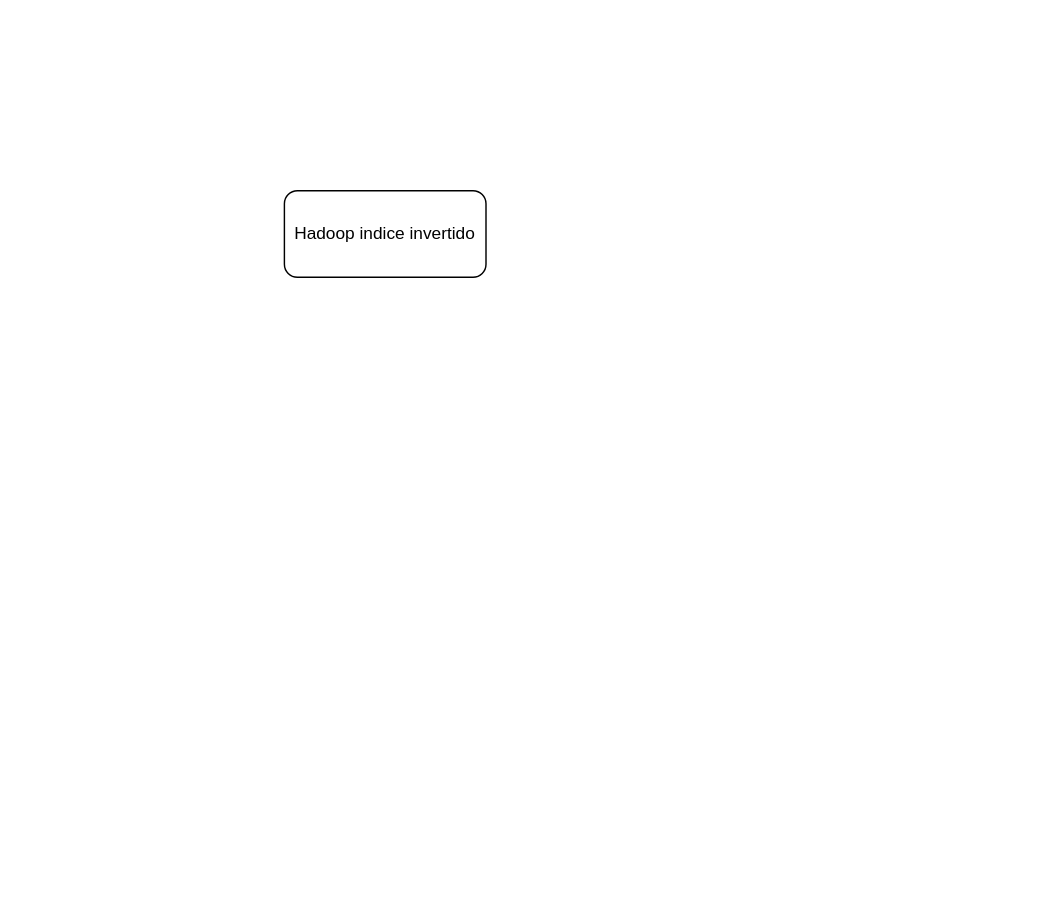
Above: Pipeline.drawio in Sebpost2-UCSP/Sem09-BigData (draw.io), before the change. Source tidied: cells renumbered, new cells numbered last; positions are measured from the earlier drawing's top-left corner, leaving out a move shared by most shapes. Both pictures are drawn from the tidied source at 144%, with x=0, y=0 at pixel (284, 190).
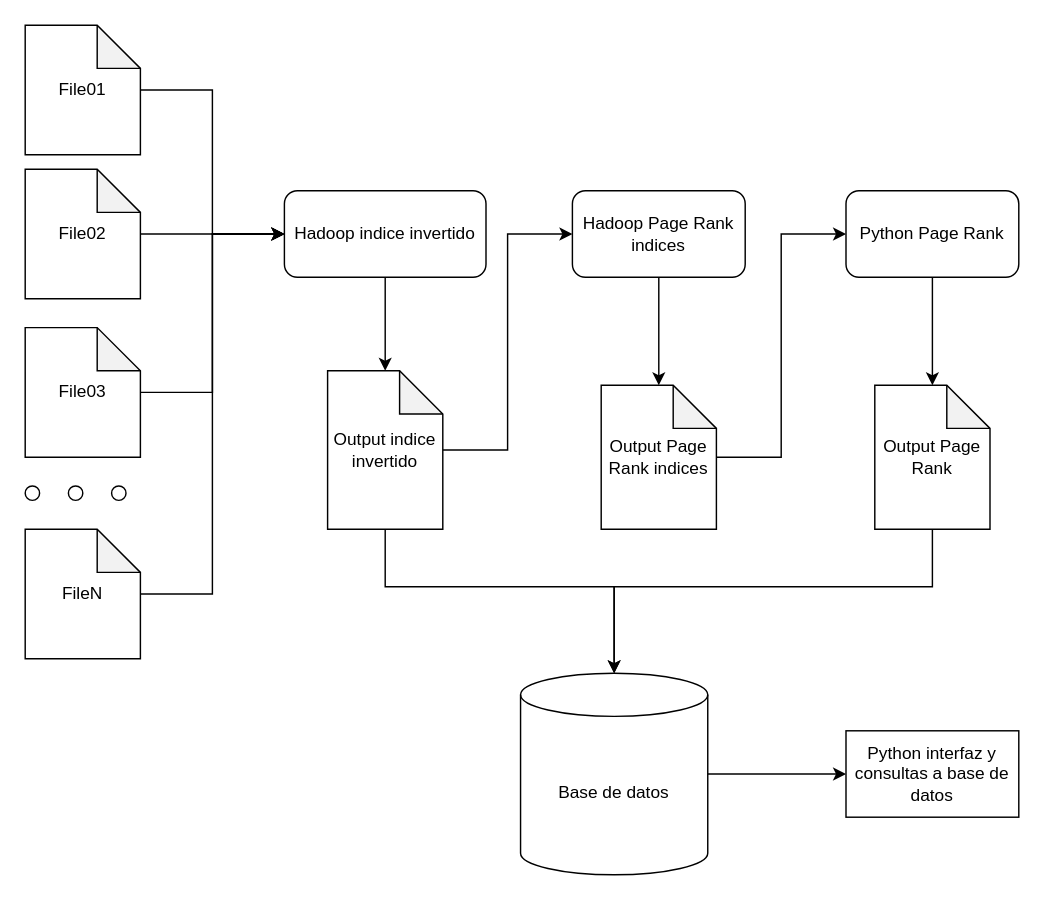
The same diagram, later.

Unchanged cells that the change refers to:
```xml
<mxCell id="2" value="Hadoop indice invertido" style="rounded=1;whiteSpace=wrap;html=1;" parent="1" vertex="1">
  <mxGeometry width="140" height="60" as="geometry" />
</mxCell>
```

Change to the diagram source:
```diff
@@
+    <mxCell id="3" style="edgeStyle=orthogonalEdgeStyle;rounded=0;jettySize=auto;html=1;entryX=0;entryY=0.5;entryDx=0;entryDy=0;" parent="1" edge="1" source="4" target="2">
+      <mxGeometry relative="1" as="geometry" />
+    </mxCell>
+    <mxCell id="4" value="File01" style="shape=note;whiteSpace=wrap;html=1;backgroundOutline=1;darkOpacity=0.05;" parent="1" vertex="1">
+      <mxGeometry x="-180" y="-115" width="80" height="90" as="geometry" />
+    </mxCell>
+    <mxCell id="5" style="edgeStyle=orthogonalEdgeStyle;rounded=0;jettySize=auto;html=1;" parent="1" edge="1" source="6" target="2">
+      <mxGeometry relative="1" as="geometry" />
+    </mxCell>
+    <mxCell id="6" value="File02" style="shape=note;whiteSpace=wrap;html=1;backgroundOutline=1;darkOpacity=0.05;" parent="1" vertex="1">
+      <mxGeometry x="-180" y="-15" width="80" height="90" as="geometry" />
+    </mxCell>
+    <mxCell id="7" style="edgeStyle=orthogonalEdgeStyle;rounded=0;jettySize=auto;html=1;entryX=0;entryY=0.5;entryDx=0;entryDy=0;" parent="1" edge="1" source="8" target="2">
+      <mxGeometry relative="1" as="geometry" />
+    </mxCell>
+    <mxCell id="8" value="FileN" style="shape=note;whiteSpace=wrap;html=1;backgroundOutline=1;darkOpacity=0.05;" parent="1" vertex="1">
+      <mxGeometry x="-180" y="235" width="80" height="90" as="geometry" />
+    </mxCell>
+    <mxCell id="9" style="ellipse;whiteSpace=wrap;html=1;" parent="1" vertex="1">
+      <mxGeometry x="-180" y="205" width="10" height="10" as="geometry" />
+    </mxCell>
+    <mxCell id="10" style="ellipse;whiteSpace=wrap;html=1;" parent="1" vertex="1">
+      <mxGeometry x="-150" y="205" width="10" height="10" as="geometry" />
+    </mxCell>
+    <mxCell id="11" style="ellipse;whiteSpace=wrap;html=1;" parent="1" vertex="1">
+      <mxGeometry x="-120" y="205" width="10" height="10" as="geometry" />
+    </mxCell>
+    <mxCell id="12" style="edgeStyle=orthogonalEdgeStyle;rounded=0;jettySize=auto;html=1;entryX=0;entryY=0.5;entryDx=0;entryDy=0;" parent="1" edge="1" source="14" target="17">
+      <mxGeometry relative="1" as="geometry" />
+    </mxCell>
+    <mxCell id="13" style="edgeStyle=orthogonalEdgeStyle;rounded=0;jettySize=auto;html=1;" parent="1" edge="1" source="14" target="25">
+      <mxGeometry relative="1" as="geometry">
+        <Array as="points">
+          <mxPoint x="70" y="275" />
+          <mxPoint x="229" y="275" />
+        </Array>
+      </mxGeometry>
+    </mxCell>
+    <mxCell id="14" value="Output indice invertido" style="shape=note;whiteSpace=wrap;html=1;backgroundOutline=1;darkOpacity=0.05;" parent="1" vertex="1">
+      <mxGeometry x="30" y="125" width="80" height="110" as="geometry" />
+    </mxCell>
+    <mxCell id="15" style="edgeStyle=orthogonalEdgeStyle;rounded=0;jettySize=auto;html=1;entryX=0.5;entryY=0;entryDx=0;entryDy=0;entryPerimeter=0;" parent="1" edge="1" source="2" target="14">
+      <mxGeometry relative="1" as="geometry" />
+    </mxCell>
+    <mxCell id="16" style="edgeStyle=orthogonalEdgeStyle;rounded=0;jettySize=auto;html=1;" parent="1" edge="1" source="17" target="19">
+      <mxGeometry relative="1" as="geometry" />
+    </mxCell>
+    <mxCell id="17" value="Hadoop Page Rank indices" style="rounded=1;whiteSpace=wrap;html=1;" parent="1" vertex="1">
+      <mxGeometry x="200" width="120" height="60" as="geometry" />
+    </mxCell>
+    <mxCell id="18" style="edgeStyle=orthogonalEdgeStyle;rounded=0;jettySize=auto;html=1;entryX=0;entryY=0.5;entryDx=0;entryDy=0;" parent="1" edge="1" source="19" target="21">
+      <mxGeometry relative="1" as="geometry" />
+    </mxCell>
+    <mxCell id="19" value="Output Page Rank indices" style="shape=note;whiteSpace=wrap;html=1;backgroundOutline=1;darkOpacity=0.05;" parent="1" vertex="1">
+      <mxGeometry x="220" y="135" width="80" height="100" as="geometry" />
+    </mxCell>
+    <mxCell id="20" style="edgeStyle=orthogonalEdgeStyle;rounded=0;jettySize=auto;html=1;" parent="1" edge="1" source="21" target="23">
+      <mxGeometry relative="1" as="geometry" />
+    </mxCell>
+    <mxCell id="21" value="Python Page Rank" style="rounded=1;whiteSpace=wrap;html=1;" parent="1" vertex="1">
+      <mxGeometry x="390" width="120" height="60" as="geometry" />
+    </mxCell>
+    <mxCell id="22" style="edgeStyle=orthogonalEdgeStyle;rounded=0;jettySize=auto;html=1;" parent="1" edge="1" source="23" target="25">
+      <mxGeometry relative="1" as="geometry">
+        <Array as="points">
+          <mxPoint x="450" y="275" />
+          <mxPoint x="229" y="275" />
+        </Array>
+      </mxGeometry>
+    </mxCell>
+    <mxCell id="23" value="Output Page Rank" style="shape=note;whiteSpace=wrap;html=1;backgroundOutline=1;darkOpacity=0.05;" parent="1" vertex="1">
+      <mxGeometry x="410" y="135" width="80" height="100" as="geometry" />
+    </mxCell>
+    <mxCell id="24" style="edgeStyle=orthogonalEdgeStyle;rounded=0;jettySize=auto;html=1;" parent="1" edge="1" source="25" target="26">
+      <mxGeometry relative="1" as="geometry" />
+    </mxCell>
+    <mxCell id="25" value="Base de datos" style="shape=cylinder3;whiteSpace=wrap;html=1;boundedLbl=1;backgroundOutline=1;size=15;" parent="1" vertex="1">
+      <mxGeometry x="164" y="335" width="130" height="140" as="geometry" />
+    </mxCell>
+    <mxCell id="26" value="Python interfaz y consultas a base de datos" style="rounded=0;whiteSpace=wrap;html=1;" parent="1" vertex="1">
+      <mxGeometry x="390" y="375" width="120" height="60" as="geometry" />
+    </mxCell>
+    <mxCell id="27" style="edgeStyle=orthogonalEdgeStyle;rounded=0;jettySize=auto;html=1;entryX=0;entryY=0.5;entryDx=0;entryDy=0;" parent="1" edge="1" source="28" target="2">
+      <mxGeometry relative="1" as="geometry" />
+    </mxCell>
+    <mxCell id="28" value="File03" style="shape=note;whiteSpace=wrap;html=1;backgroundOutline=1;darkOpacity=0.05;" parent="1" vertex="1">
+      <mxGeometry x="-180" y="95" width="80" height="90" as="geometry" />
+    </mxCell>
```
